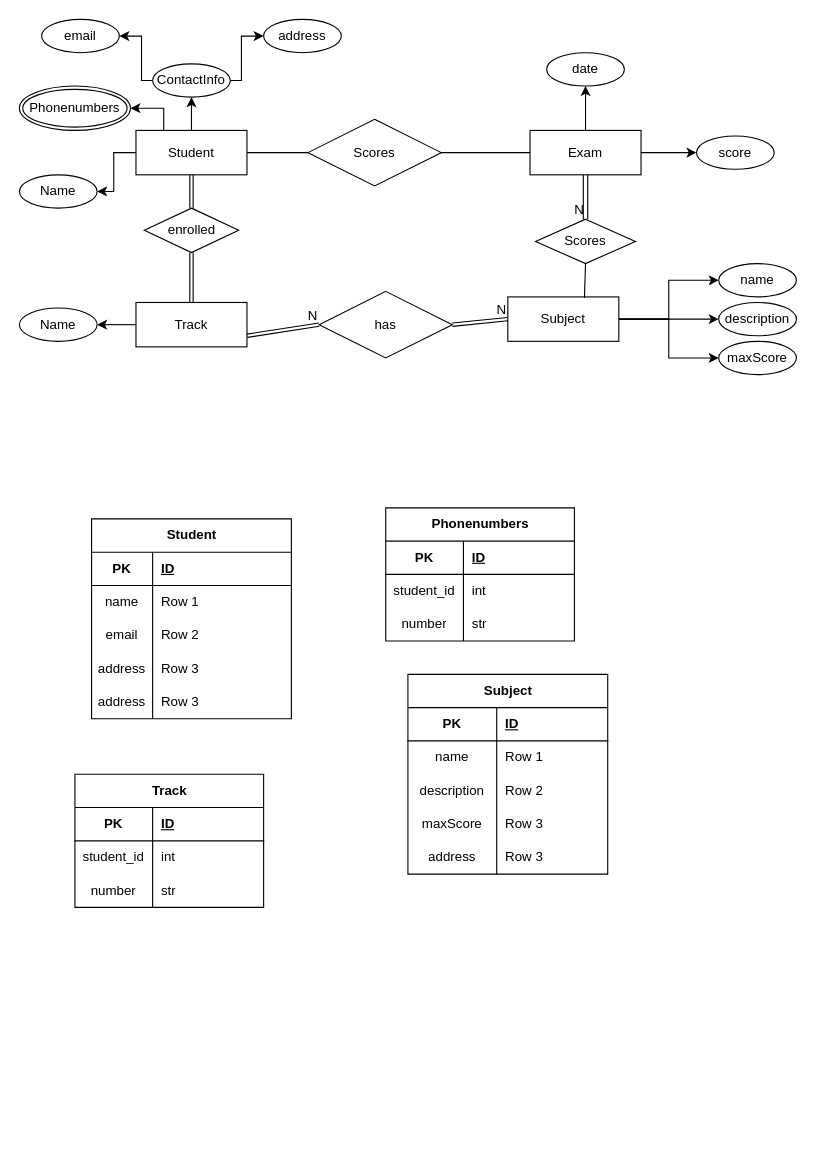
The draw.io diagram postgres_task1.drawio in M-akram101/ITI, before the edit. Source tidied: cells renumbered, new cells numbered last; positions are measured from the earlier drawing's top-left corner, leaving out a move shared by most shapes. Both pictures are drawn from the tidied source at 111%, with x=0, y=0 at pixel (19, 19).
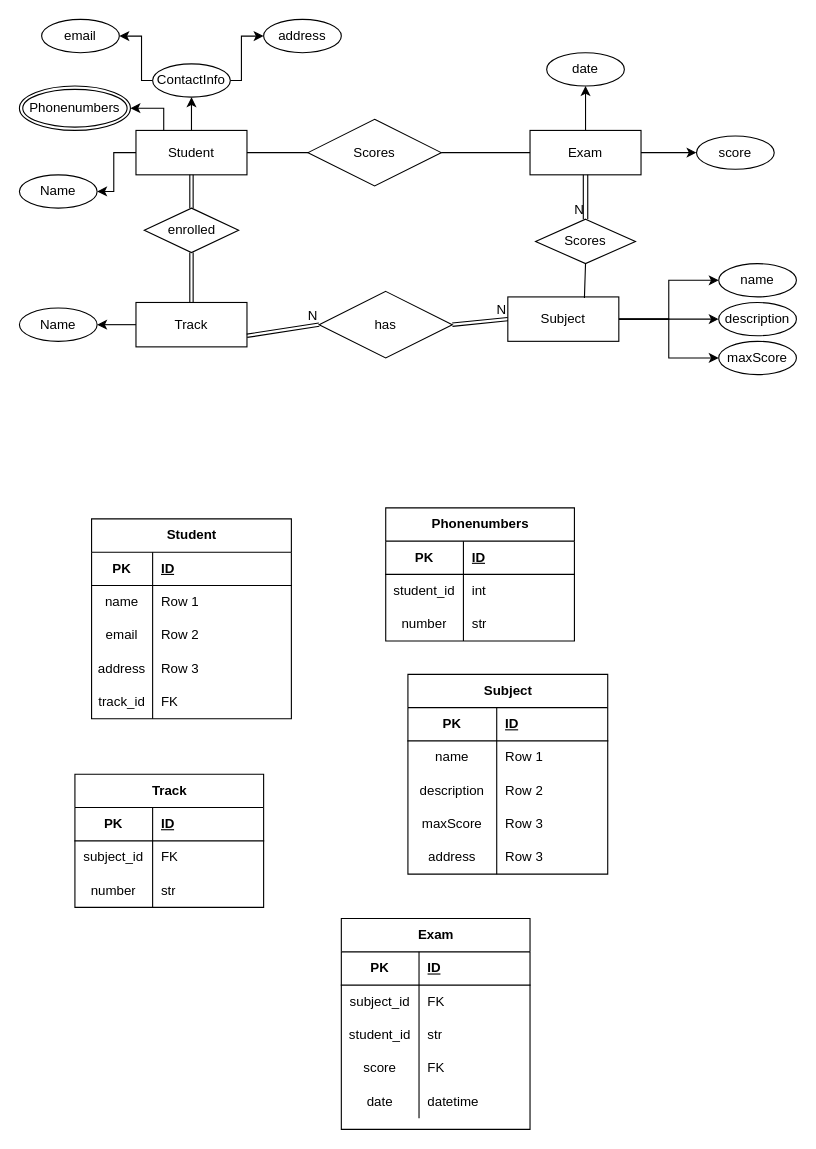
Above is the later version.

The change refers to these unchanged cells:
```xml
<mxCell id="58" style="shape=tableRow;horizontal=0;startSize=0;swimlaneHead=0;swimlaneBody=0;fillColor=none;top=0;left=0;right=0;bottom=0;" parent="45" vertex="1">
  <mxGeometry y="150" width="180" height="30" as="geometry" />
</mxCell>
<mxCell id="91" style="shape=tableRow;horizontal=0;startSize=0;swimlaneHead=0;swimlaneBody=0;fillColor=none;top=0;left=0;right=0;bottom=0;" parent="87" vertex="1">
  <mxGeometry y="60" width="170" height="30" as="geometry" />
</mxCell>
```

Diff of the diagram source:
```diff
@@
-    <mxCell id="59" value="address" style="shape=partialRectangle;fillColor=none;top=0;left=0;bottom=0;right=0;overflow=hidden;whiteSpace=wrap;html=1;" parent="58" vertex="1">
+    <mxCell id="59" value="track_id" style="shape=partialRectangle;fillColor=none;top=0;left=0;bottom=0;right=0;overflow=hidden;whiteSpace=wrap;html=1;" parent="58" vertex="1">
       <mxGeometry width="55" height="30" as="geometry" />
     </mxCell>
-    <mxCell id="60" value="Row 3" style="shape=partialRectangle;fillColor=none;top=0;left=0;bottom=0;right=0;align=left;spacingLeft=6;overflow=hidden;whiteSpace=wrap;html=1;" parent="58" vertex="1">
+    <mxCell id="60" value="FK" style="shape=partialRectangle;fillColor=none;top=0;left=0;bottom=0;right=0;align=left;spacingLeft=6;overflow=hidden;whiteSpace=wrap;html=1;" parent="58" vertex="1">
       <mxGeometry x="55" width="125" height="30" as="geometry" />
     </mxCell>
@@
-    <mxCell id="92" value="student_id" style="shape=partialRectangle;fillColor=none;top=0;left=0;bottom=0;right=0;overflow=hidden;whiteSpace=wrap;html=1;" parent="91" vertex="1">
+    <mxCell id="92" value="subject_id" style="shape=partialRectangle;fillColor=none;top=0;left=0;bottom=0;right=0;overflow=hidden;whiteSpace=wrap;html=1;" parent="91" vertex="1">
       <mxGeometry width="70" height="30" as="geometry" />
     </mxCell>
-    <mxCell id="93" value="int" style="shape=partialRectangle;fillColor=none;top=0;left=0;bottom=0;right=0;align=left;spacingLeft=6;overflow=hidden;whiteSpace=wrap;html=1;" parent="91" vertex="1">
+    <mxCell id="93" value="FK" style="shape=partialRectangle;fillColor=none;top=0;left=0;bottom=0;right=0;align=left;spacingLeft=6;overflow=hidden;whiteSpace=wrap;html=1;" parent="91" vertex="1">
       <mxGeometry x="70" width="100" height="30" as="geometry" />
     </mxCell>
@@
+    <mxCell id="97" value="Exam" style="shape=table;startSize=30;childLayout=tableLayout;rowLines=0;fontStyle=1;align=center;html=1;" parent="1" vertex="1">
+      <mxGeometry x="290" y="810" width="170" height="190" as="geometry" />
+    </mxCell>
+    <mxCell id="98" style="shape=tableRow;horizontal=0;startSize=0;swimlaneHead=0;swimlaneBody=0;fillColor=none;top=0;left=0;right=0;bottom=1;" parent="97" vertex="1">
+      <mxGeometry y="30" width="170" height="30" as="geometry" />
+    </mxCell>
+    <mxCell id="99" value="PK" style="shape=partialRectangle;fillColor=none;top=0;left=0;bottom=0;right=0;fontStyle=1;overflow=hidden;whiteSpace=wrap;html=1;" parent="98" vertex="1">
+      <mxGeometry width="70" height="30" as="geometry" />
+    </mxCell>
+    <mxCell id="100" value="ID" style="shape=partialRectangle;fillColor=none;top=0;left=0;bottom=0;right=0;align=left;spacingLeft=6;fontStyle=5;overflow=hidden;whiteSpace=wrap;html=1;" parent="98" vertex="1">
+      <mxGeometry x="70" width="100" height="30" as="geometry" />
+    </mxCell>
+    <mxCell id="101" style="shape=tableRow;horizontal=0;startSize=0;swimlaneHead=0;swimlaneBody=0;fillColor=none;top=0;left=0;right=0;bottom=0;" parent="97" vertex="1">
+      <mxGeometry y="60" width="170" height="30" as="geometry" />
+    </mxCell>
+    <mxCell id="102" value="subject_id" style="shape=partialRectangle;fillColor=none;top=0;left=0;bottom=0;right=0;overflow=hidden;whiteSpace=wrap;html=1;" parent="101" vertex="1">
+      <mxGeometry width="70" height="30" as="geometry" />
+    </mxCell>
+    <mxCell id="103" value="FK" style="shape=partialRectangle;fillColor=none;top=0;left=0;bottom=0;right=0;align=left;spacingLeft=6;overflow=hidden;whiteSpace=wrap;html=1;" parent="101" vertex="1">
+      <mxGeometry x="70" width="100" height="30" as="geometry" />
+    </mxCell>
+    <mxCell id="104" style="shape=tableRow;horizontal=0;startSize=0;swimlaneHead=0;swimlaneBody=0;fillColor=none;top=0;left=0;right=0;bottom=0;" parent="97" vertex="1">
+      <mxGeometry y="90" width="170" height="30" as="geometry" />
+    </mxCell>
+    <mxCell id="105" value="student_id" style="shape=partialRectangle;fillColor=none;top=0;left=0;bottom=0;right=0;overflow=hidden;whiteSpace=wrap;html=1;" parent="104" vertex="1">
+      <mxGeometry width="70" height="30" as="geometry" />
+    </mxCell>
+    <mxCell id="106" value="str" style="shape=partialRectangle;fillColor=none;top=0;left=0;bottom=0;right=0;align=left;spacingLeft=6;overflow=hidden;whiteSpace=wrap;html=1;" parent="104" vertex="1">
+      <mxGeometry x="70" width="100" height="30" as="geometry" />
+    </mxCell>
+    <mxCell id="107" style="shape=tableRow;horizontal=0;startSize=0;swimlaneHead=0;swimlaneBody=0;fillColor=none;top=0;left=0;right=0;bottom=0;" parent="97" vertex="1">
+      <mxGeometry y="120" width="170" height="30" as="geometry" />
+    </mxCell>
+    <mxCell id="108" value="score" style="shape=partialRectangle;fillColor=none;top=0;left=0;bottom=0;right=0;overflow=hidden;whiteSpace=wrap;html=1;" parent="107" vertex="1">
+      <mxGeometry width="70" height="30" as="geometry" />
+    </mxCell>
+    <mxCell id="109" value="FK" style="shape=partialRectangle;fillColor=none;top=0;left=0;bottom=0;right=0;align=left;spacingLeft=6;overflow=hidden;whiteSpace=wrap;html=1;" parent="107" vertex="1">
+      <mxGeometry x="70" width="100" height="30" as="geometry" />
+    </mxCell>
+    <mxCell id="110" style="shape=tableRow;horizontal=0;startSize=0;swimlaneHead=0;swimlaneBody=0;fillColor=none;top=0;left=0;right=0;bottom=0;" parent="97" vertex="1">
+      <mxGeometry y="150" width="170" height="30" as="geometry" />
+    </mxCell>
+    <mxCell id="111" value="date" style="shape=partialRectangle;fillColor=none;top=0;left=0;bottom=0;right=0;overflow=hidden;whiteSpace=wrap;html=1;" parent="110" vertex="1">
+      <mxGeometry width="70" height="30" as="geometry" />
+    </mxCell>
+    <mxCell id="112" value="datetime" style="shape=partialRectangle;fillColor=none;top=0;left=0;bottom=0;right=0;align=left;spacingLeft=6;overflow=hidden;whiteSpace=wrap;html=1;" parent="110" vertex="1">
+      <mxGeometry x="70" width="100" height="30" as="geometry" />
+    </mxCell>
```
